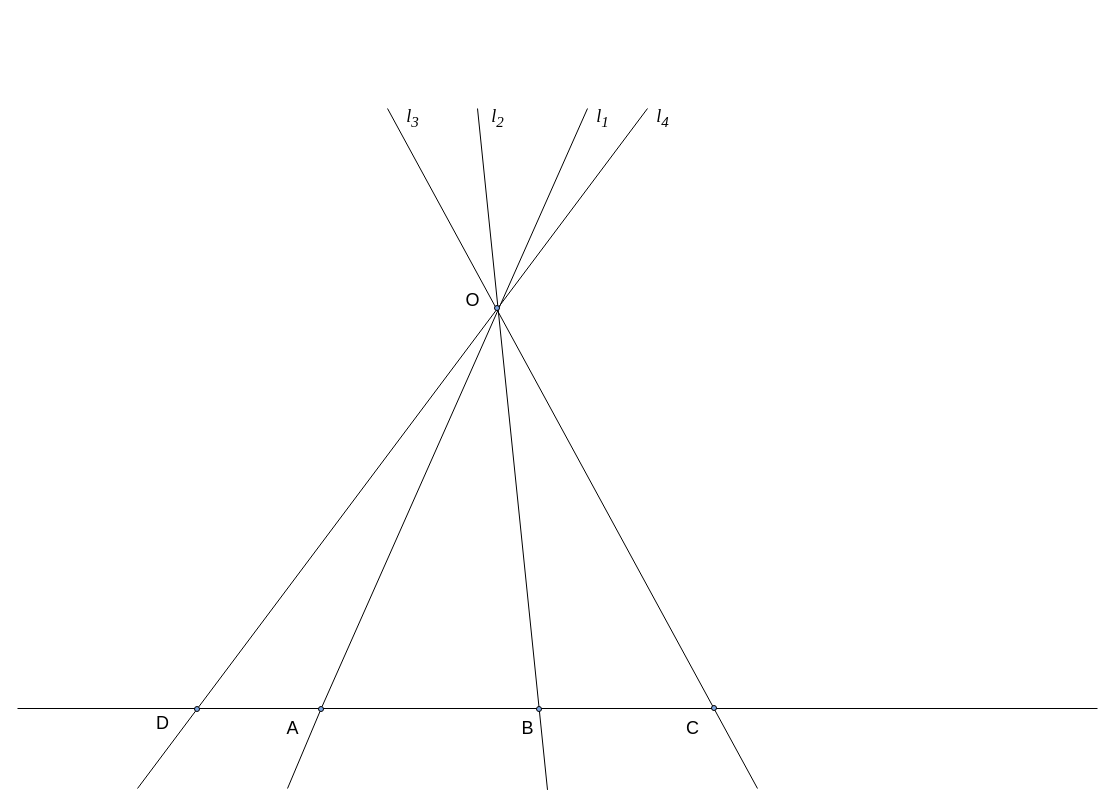
The draw.io diagram page "p04" (4 of 23) of slides/proj.drawio in amcp-pit/geom_course, before the edit. Source tidied: cells renumbered, new cells numbered last; positions are measured from the earlier drawing's top-left corner, leaving out a move shared by most shapes. Both pictures are drawn from the tidied source at 100%, with x=0, y=0 at pixel (17, 103).
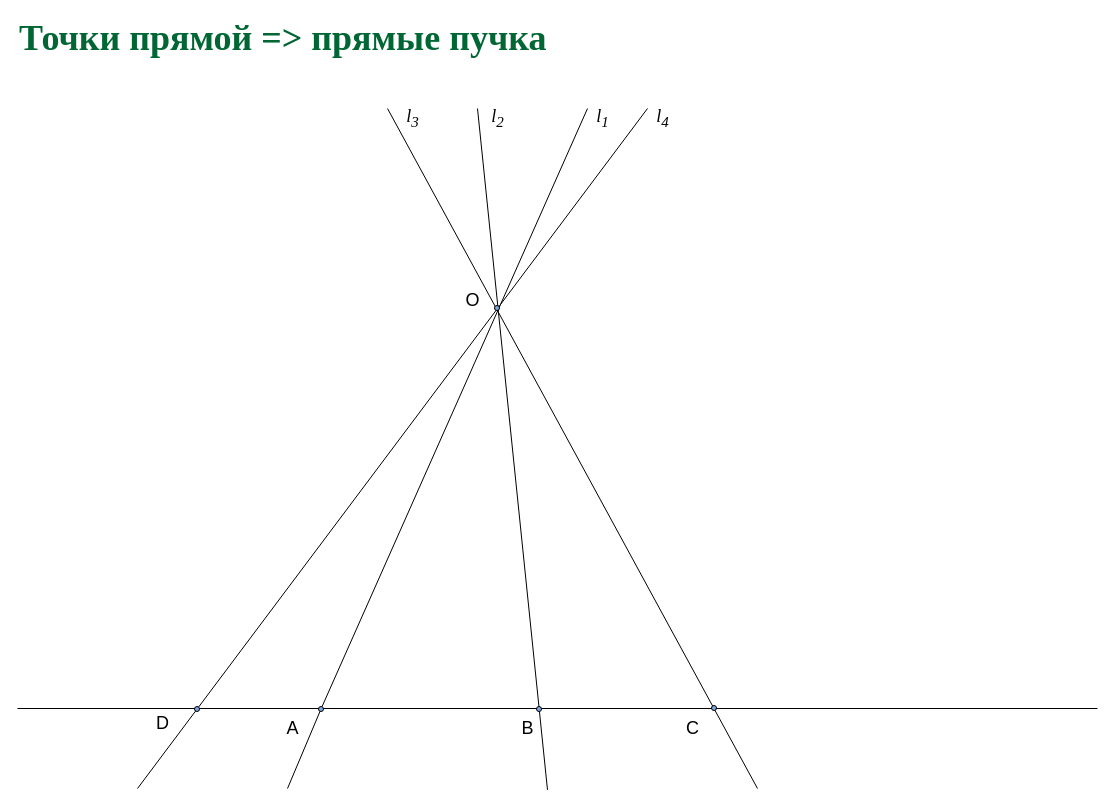
The same page after the edit.

Change to the diagram source:
```diff
@@
+    <mxCell id="22" value="&lt;font color=&quot;#006633&quot; face=&quot;garamond&quot;&gt;&lt;span style=&quot;font-size: 36px&quot;&gt;&lt;b&gt;Точки прямой =&amp;gt;&lt;/b&gt;&lt;/span&gt;&lt;/font&gt;&lt;font color=&quot;#006633&quot; face=&quot;garamond&quot;&gt;&lt;span style=&quot;font-size: 36px&quot;&gt;&lt;b&gt;&amp;nbsp;прямые пучка&lt;/b&gt;&lt;/span&gt;&lt;/font&gt;" style="text;html=1;align=left;verticalAlign=middle;whiteSpace=wrap;rounded=0;" parent="1" vertex="1">
+      <mxGeometry y="-75" width="920" height="20" as="geometry" />
+    </mxCell>
```
